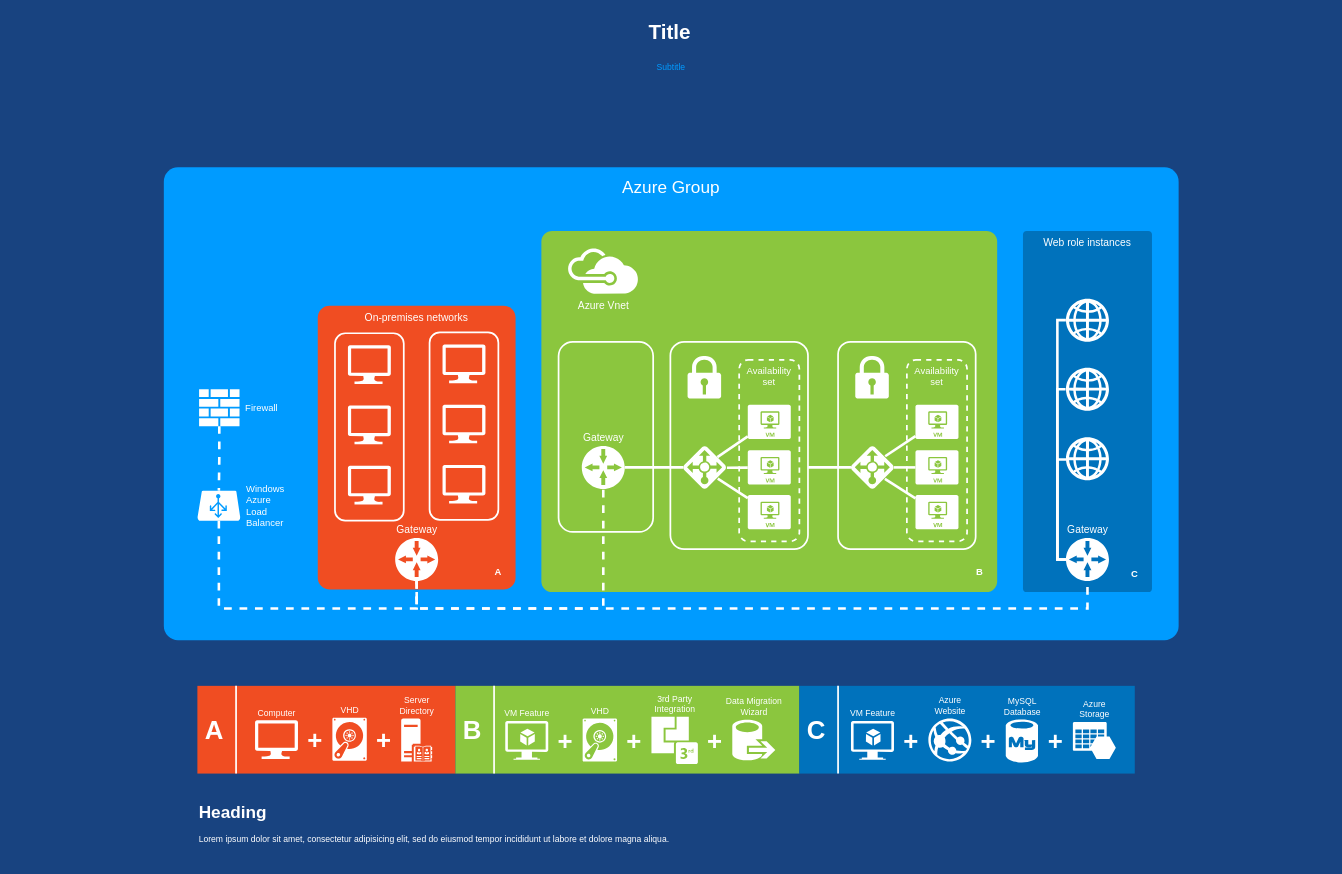
suteqa/test keeps this draw.io diagram as 未命名绘图.drawio. Above is the earlier version. Source tidied: cells renumbered, new cells numbered last; positions are measured from the earlier drawing's top-left corner, leaving out a move shared by most shapes. Both pictures are drawn from the tidied source at 86%, with x=0, y=0 at pixel (15, 15).
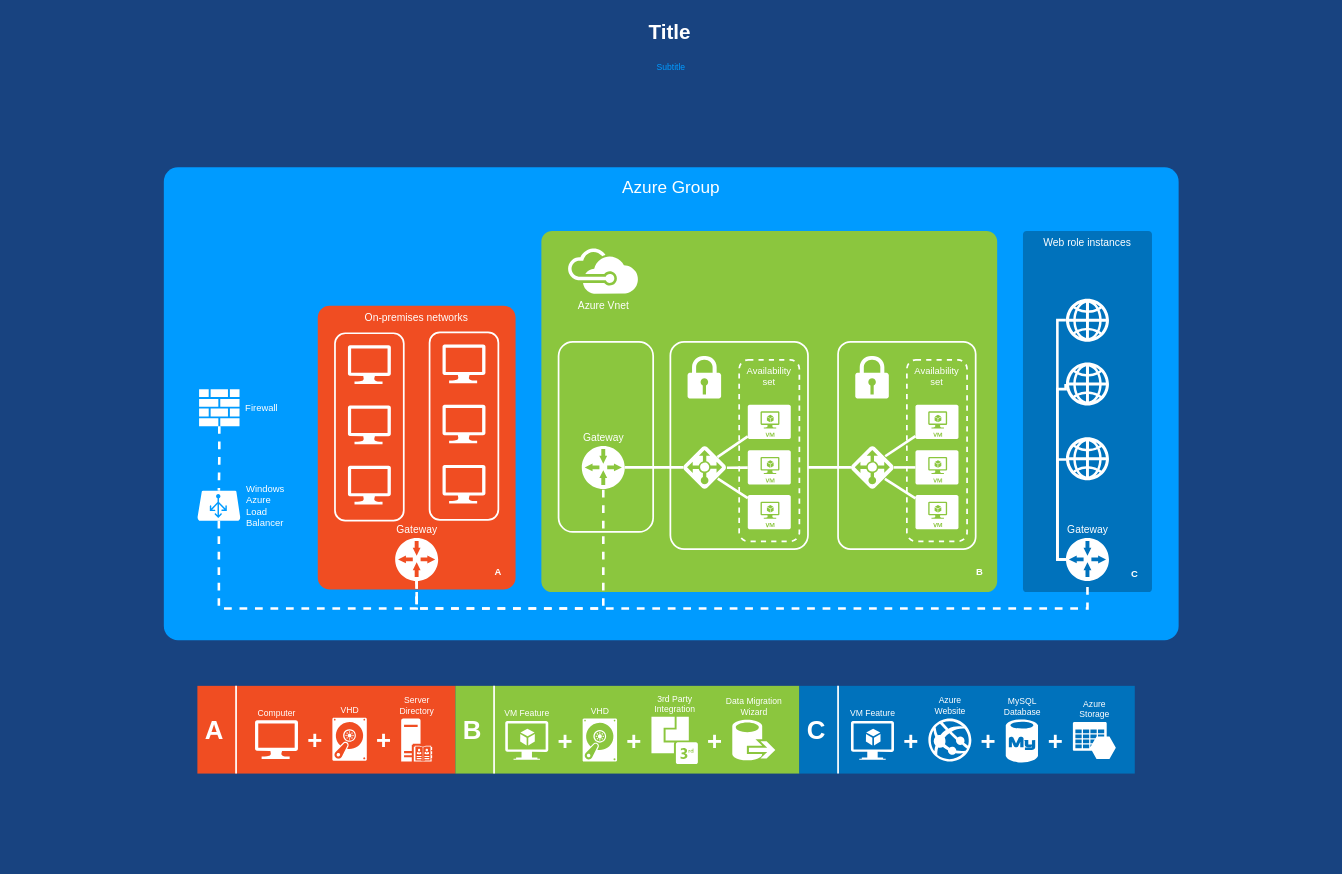
The same page after the edit.

Diff of the diagram source:
```diff
@@
     <mxCell id="47" style="shadow=0;dashed=0;html=1;strokeColor=none;shape=mxgraph.mscae.enterprise.web;fillColor=#FFFFFF;rounded=1;fontSize=11;fontColor=#FFFFFF;align=center;" parent="1" vertex="1">
-      <mxGeometry x="1222" y="410" width="50" height="50" as="geometry" />
+      <mxGeometry x="1222" y="404" width="50" height="50" as="geometry" />
     </mxCell>
@@
-    <mxCell id="85" value="&lt;h1&gt;Heading&lt;/h1&gt;&lt;p&gt;Lorem ipsum dolor sit amet, consectetur adipisicing elit, sed do eiusmod tempor incididunt ut labore et dolore magna aliqua.&lt;/p&gt;" style="text;html=1;strokeColor=none;fillColor=none;spacing=5;spacingTop=-20;whiteSpace=wrap;overflow=hidden;rounded=0;shadow=0;fontSize=10;fontColor=#FFFFFF;align=left;" parent="1" vertex="1">
+    <mxCell id="85" value="&lt;h1&gt;&lt;br&gt;&lt;/h1&gt;" style="text;html=1;strokeColor=none;fillColor=none;spacing=5;spacingTop=-20;whiteSpace=wrap;overflow=hidden;rounded=0;shadow=0;fontSize=10;fontColor=#FFFFFF;align=left;" parent="1" vertex="1">
       <mxGeometry x="209" y="912" width="1041" height="70" as="geometry" />
     </mxCell>
```
